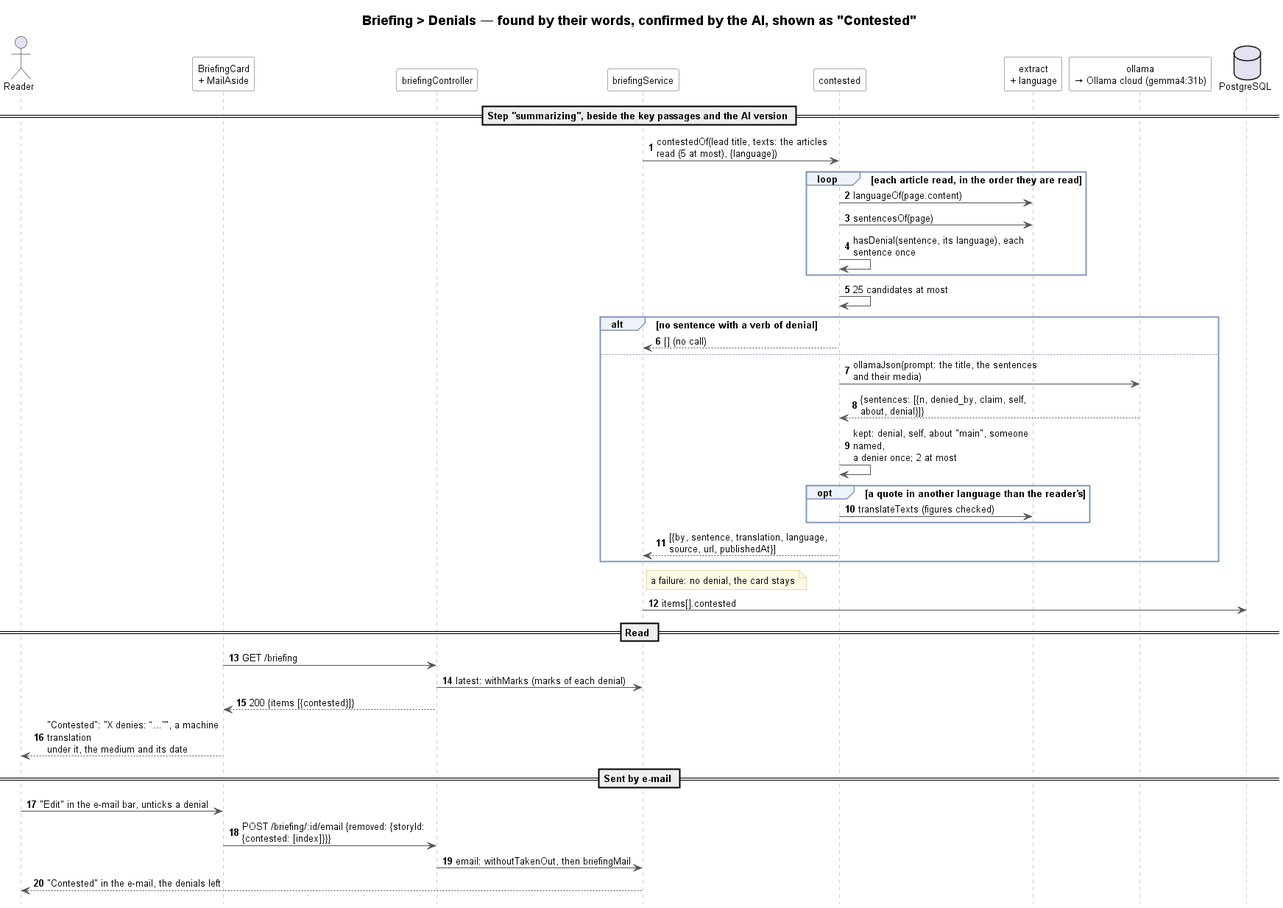
The PlantUML diagram docs/briefing/denials/briefing-denials-sequence.png in TPI2026-NewsGenerator/NewsGenerator-Backend, before a commit.
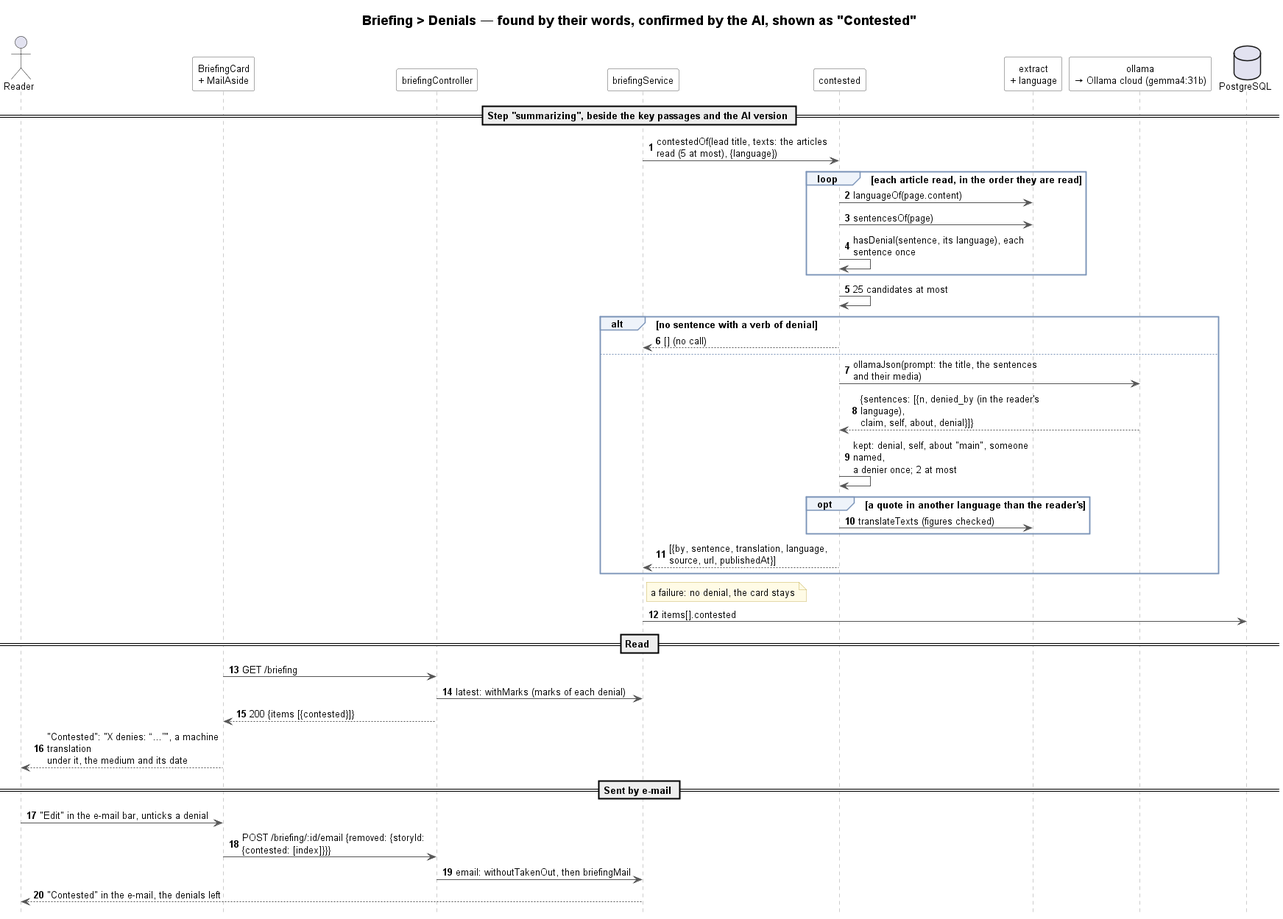
After the commit.

Diff of the diagram source:
```diff
@@ -23,7 +23,7 @@
     Contested --> Briefing : [] (no call)
 else
     Contested -> Ollama : ollamaJson(prompt: the title, the sentences and their media)
-    Ollama --> Contested : {sentences: [{n, denied_by, claim, self, about, denial}]}
+    Ollama --> Contested : {sentences: [{n, denied_by (in the reader's language),\nclaim, self, about, denial}]}
     Contested -> Contested : kept: denial, self, about "main", someone named,\na denier once; 2 at most
     opt a quote in another language than the reader's
         Contested -> Extract : translateTexts (figures checked)
```
